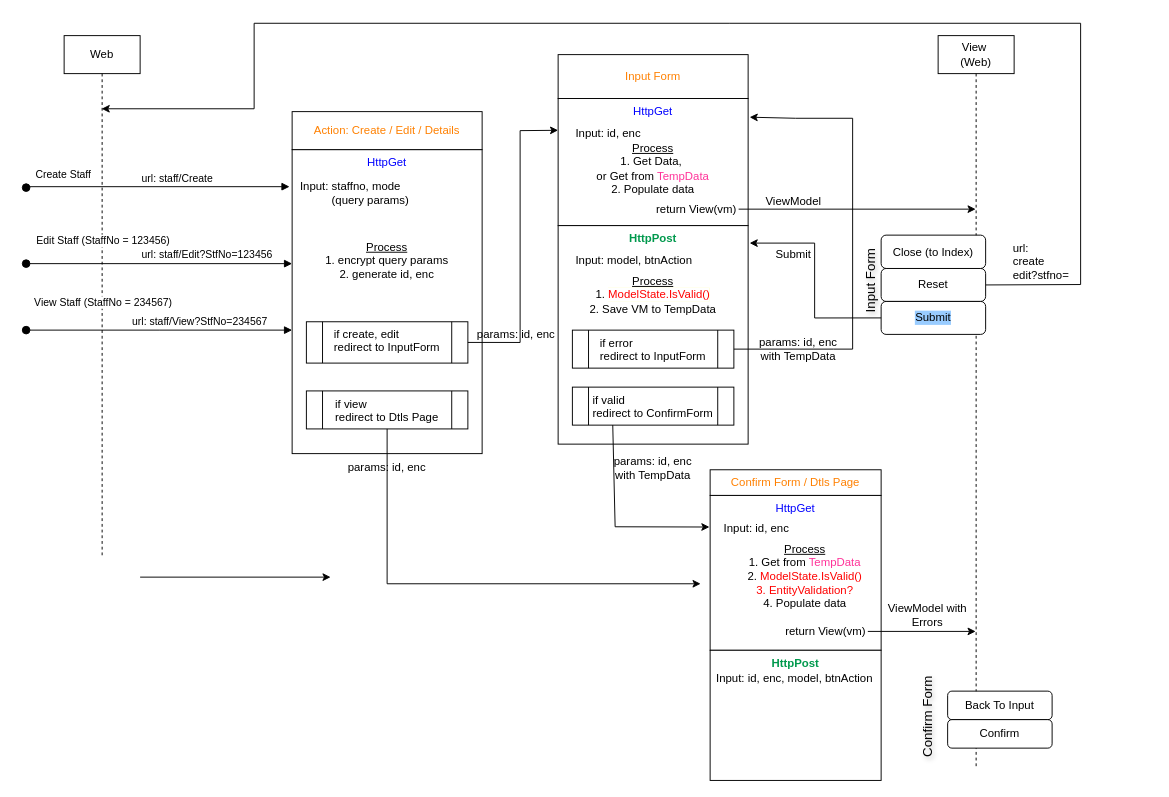
This is page "Page-2" (2 of 2) of StaffForm_workflow.drawio from mujianlo/hrpt_drawio, a draw.io file, before an edit. Source tidied: cells renumbered, new cells numbered last; positions are measured from the earlier drawing's top-left corner, leaving out a move shared by most shapes. Both pictures are drawn from the tidied source at 95%, with x=0, y=0 at pixel (26, 23).
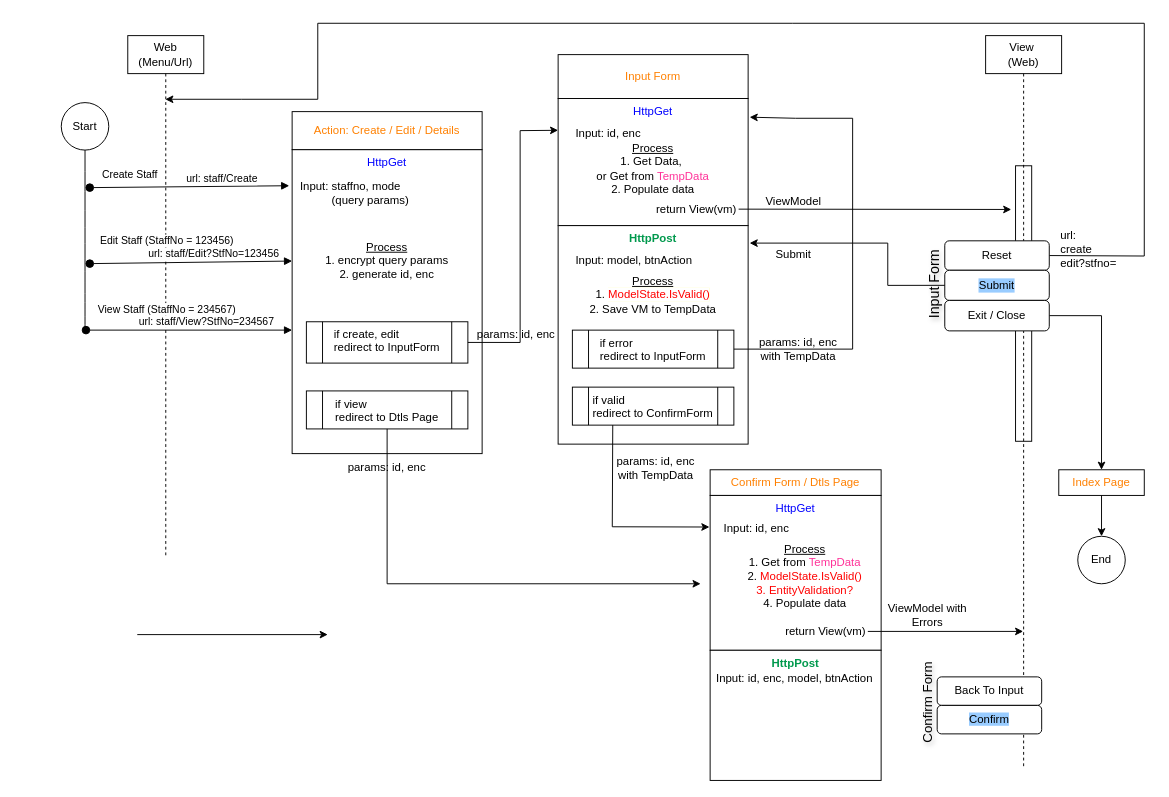
The same diagram, later.

Unchanged cells that the change refers to:
```xml
<mxCell id="17" value="HttpPost" style="rounded=0;whiteSpace=wrap;html=1;align=center;verticalAlign=top;fontStyle=1;fontColor=#00994D;" parent="1" vertex="1">
  <mxGeometry x="560" y="213" width="200" height="230" as="geometry" />
</mxCell>
<mxCell id="22" value="return View(vm)" style="text;html=1;whiteSpace=wrap;strokeColor=none;fillColor=none;align=right;verticalAlign=middle;rounded=0;" parent="1" vertex="1">
  <mxGeometry x="630" y="178.3" width="120" height="34.7" as="geometry" />
</mxCell>
<mxCell id="26" value="&lt;div align=&quot;left&quot;&gt;if valid&lt;/div&gt;&lt;div align=&quot;left&quot;&gt;redirect to ConfirmForm&lt;/div&gt;" style="shape=process;whiteSpace=wrap;html=1;backgroundOutline=1;verticalAlign=top;" parent="1" vertex="1">
  <mxGeometry x="575" y="383" width="170" height="40" as="geometry" />
</mxCell>
<mxCell id="39" value="&lt;div&gt;&lt;u&gt;Process&lt;/u&gt;&lt;/div&gt;&lt;div&gt;1. encrypt query params&lt;/div&gt;&lt;div&gt;2. generate id, enc&lt;/div&gt;" style="text;html=1;whiteSpace=wrap;strokeColor=none;fillColor=none;align=center;verticalAlign=middle;rounded=0;" parent="35" vertex="1">
  <mxGeometry y="123.3" width="200" height="68" as="geometry" />
</mxCell>
<mxCell id="54" value="HttpGet" style="rounded=0;whiteSpace=wrap;html=1;align=center;verticalAlign=top;fontColor=#0000FF;fontStyle=0;" parent="1" vertex="1">
  <mxGeometry x="720" y="497" width="180" height="163" as="geometry" />
</mxCell>
<mxCell id="59" value="return View(vm)" style="text;html=1;whiteSpace=wrap;strokeColor=none;fillColor=none;align=right;verticalAlign=middle;rounded=0;" parent="1" vertex="1">
  <mxGeometry x="766" y="630.8" width="120" height="18.7" as="geometry" />
</mxCell>
```

What changed in the source:
```diff
@@
-    <mxCell id="2" value="Input Form" style="text;html=1;whiteSpace=wrap;strokeColor=none;fillColor=none;align=center;verticalAlign=middle;rounded=0;horizontal=0;fontStyle=0;labelBorderColor=none;labelBackgroundColor=none;textShadow=1;fontSize=14;" parent="1" vertex="1">
-      <mxGeometry x="874" y="216" width="30" height="110" as="geometry" />
-    </mxCell>
+    <mxCell id="63" style="rounded=0;whiteSpace=wrap;html=1;" parent="1" vertex="1">
+      <mxGeometry x="1041.5" y="150" width="17" height="290" as="geometry" />
+    </mxCell>
-    <mxCell id="3" value="Web" style="shape=umlLifeline;perimeter=lifelinePerimeter;whiteSpace=wrap;html=1;outlineConnect=0;portConstraint=eastwest;newEdgeStyle={&quot;curved&quot;:0,&quot;rounded&quot;:0};" parent="1" vertex="1">
-      <mxGeometry x="40" y="13" width="80" height="550" as="geometry" />
+    <mxCell id="3" value="Web&lt;br&gt;(Menu/Url)" style="shape=umlLifeline;perimeter=lifelinePerimeter;whiteSpace=wrap;html=1;outlineConnect=0;portConstraint=eastwest;newEdgeStyle={&quot;curved&quot;:0,&quot;rounded&quot;:0};" parent="1" vertex="1">
+      <mxGeometry x="107" y="13" width="80" height="550" as="geometry" />
     </mxCell>
-    <mxCell id="4" style="html=1;verticalAlign=bottom;startArrow=oval;endArrow=block;startSize=8;edgeStyle=elbowEdgeStyle;elbow=vertical;curved=0;rounded=0;align=right;fontSize=11;entryX=0.009;entryY=0.174;entryDx=0;entryDy=0;entryPerimeter=0;" parent="1" edge="1">
+    <mxCell id="4" style="html=1;verticalAlign=bottom;startArrow=oval;endArrow=block;startSize=8;elbow=vertical;rounded=0;align=right;fontSize=11;" parent="1" edge="1">
       <mxGeometry relative="1" as="geometry">
-        <mxPoint y="173" as="sourcePoint" />
-        <mxPoint x="277.3" y="171.3" as="targetPoint" />
+        <mxPoint x="67" y="173" as="sourcePoint" />
+        <mxPoint x="277" y="171" as="targetPoint" />
       </mxGeometry>
     </mxCell>
     <mxCell id="5" value="Create Staff" style="edgeLabel;html=1;align=center;verticalAlign=middle;fontSize=11;" parent="4" vertex="1">
       <mxGeometry x="-0.69" y="-3" relative="1" as="geometry">
-        <mxPoint x="-4" y="-17" as="offset" />
+        <mxPoint x="8" y="-17" as="offset" />
       </mxGeometry>
     </mxCell>
     <mxCell id="6" value="url: staff/Create" style="edgeLabel;html=1;align=left;verticalAlign=middle;fontSize=11;" parent="1" vertex="1">
-      <mxGeometry x="120" y="163" as="geometry" />
+      <mxGeometry x="167" y="163" as="geometry" />
     </mxCell>
     <mxCell id="7" style="endArrow=classic;html=1;rounded=0;" parent="1" edge="1">
       <mxGeometry relative="1" as="geometry">
-        <mxPoint x="120" y="583" as="sourcePoint" />
-        <mxPoint x="320.5" y="583" as="targetPoint" />
+        <mxPoint x="117" y="643.5" as="sourcePoint" />
+        <mxPoint x="317.5" y="643.5" as="targetPoint" />
       </mxGeometry>
     </mxCell>
     <mxCell id="8" value="url: staff/Edit?StfNo=123456" style="edgeLabel;html=1;align=left;verticalAlign=middle;fontSize=11;" parent="1" vertex="1">
-      <mxGeometry x="120" y="243" as="geometry" />
+      <mxGeometry x="127" y="242" as="geometry" />
     </mxCell>
-    <mxCell id="9" style="html=1;verticalAlign=bottom;startArrow=oval;endArrow=block;startSize=8;edgeStyle=elbowEdgeStyle;elbow=vertical;curved=0;rounded=0;align=right;fontSize=11;" parent="1" edge="1">
+    <mxCell id="9" style="html=1;verticalAlign=bottom;startArrow=oval;endArrow=block;startSize=8;elbow=vertical;rounded=0;align=right;fontSize=11;" parent="1" edge="1">
       <mxGeometry relative="1" as="geometry">
-        <mxPoint y="323" as="sourcePoint" />
+        <mxPoint x="63" y="323" as="sourcePoint" />
         <mxPoint x="280" y="323" as="targetPoint" />
       </mxGeometry>
     </mxCell>
     <mxCell id="10" value="View Staff (StaffNo = 234567)" style="edgeLabel;html=1;align=center;verticalAlign=middle;fontSize=11;" parent="9" vertex="1">
       <mxGeometry x="-0.69" y="-3" relative="1" as="geometry">
-        <mxPoint x="37" y="-33" as="offset" />
+        <mxPoint x="50" y="-26" as="offset" />
       </mxGeometry>
     </mxCell>
     <mxCell id="11" value="url: staff/View?StfNo=234567" style="edgeLabel;html=1;align=left;verticalAlign=middle;fontSize=11;" parent="1" vertex="1">
-      <mxGeometry x="110" y="313" as="geometry" />
+      <mxGeometry x="117" y="313" as="geometry" />
     </mxCell>
-    <mxCell id="12" style="html=1;verticalAlign=bottom;startArrow=oval;endArrow=block;startSize=8;elbow=vertical;rounded=0;align=right;fontSize=11;" parent="1" edge="1">
+    <mxCell id="12" style="html=1;verticalAlign=bottom;startArrow=oval;endArrow=block;startSize=8;elbow=vertical;rounded=0;align=right;fontSize=11;entryX=0;entryY=0.5;entryDx=0;entryDy=0;" parent="1" edge="1" target="39">
       <mxGeometry relative="1" as="geometry">
-        <mxPoint y="253" as="sourcePoint" />
-        <mxPoint x="280" y="253" as="targetPoint" />
+        <mxPoint x="67" y="253" as="sourcePoint" />
       </mxGeometry>
     </mxCell>
     <mxCell id="13" value="Edit Staff (StaffNo = 123456)" style="edgeLabel;html=1;align=center;verticalAlign=middle;fontSize=11;" parent="12" vertex="1">
       <mxGeometry x="-0.69" y="-3" relative="1" as="geometry">
-        <mxPoint x="37" y="-28" as="offset" />
+        <mxPoint x="47" y="-27" as="offset" />
       </mxGeometry>
     </mxCell>
     <mxCell id="14" value="View&amp;nbsp;&lt;br&gt;(Web)" style="shape=umlLifeline;perimeter=lifelinePerimeter;whiteSpace=wrap;html=1;outlineConnect=0;portConstraint=eastwest;newEdgeStyle={&quot;curved&quot;:0,&quot;rounded&quot;:0};size=40;" parent="1" vertex="1">
-      <mxGeometry x="960" y="13" width="80" height="770" as="geometry" />
+      <mxGeometry x="1010" y="13" width="80" height="770" as="geometry" />
     </mxCell>
@@
     <mxCell id="20" style="endArrow=classic;html=1;rounded=0;exitX=1;exitY=0.5;exitDx=0;exitDy=0;" parent="1" edge="1" source="28" target="3">
       <mxGeometry relative="1" as="geometry">
         <Array as="points">
-          <mxPoint x="1110" y="275" />
-          <mxPoint x="1110" />
-          <mxPoint x="740" />
-          <mxPoint x="240" />
-          <mxPoint x="240" y="90" />
+          <mxPoint x="1177" y="245" />
+          <mxPoint x="1177" />
+          <mxPoint x="807" />
+          <mxPoint x="307" />
+          <mxPoint x="307" y="80" />
+          <mxPoint x="227" y="80" />
         </Array>
       </mxGeometry>
     </mxCell>
@@
     <mxCell id="23" value="&lt;div&gt;url:&amp;nbsp;&lt;/div&gt;&lt;div&gt;create&lt;/div&gt;&lt;div&gt;edit?stfno=&lt;/div&gt;" style="text;html=1;whiteSpace=wrap;strokeColor=none;fillColor=none;align=left;verticalAlign=middle;rounded=0;" parent="1" vertex="1">
-      <mxGeometry x="1037" y="227" width="70" height="48" as="geometry" />
+      <mxGeometry x="1087" y="207.7" width="70" height="60" as="geometry" />
     </mxCell>
@@
-    <mxCell id="27" style="group;" parent="1" vertex="1">
-      <mxGeometry x="900" y="223" width="110" height="104.4" as="geometry" />
-    </mxCell>
-    <mxCell id="28" value="Reset" style="rounded=1;whiteSpace=wrap;html=1;" parent="27" vertex="1">
-      <mxGeometry y="35.1" width="110" height="34.7" as="geometry" />
-    </mxCell>
-    <mxCell id="29" value="Submit" style="rounded=1;whiteSpace=wrap;html=1;labelBackgroundColor=#99CCFF;" parent="27" vertex="1">
-      <mxGeometry y="69.8" width="110" height="34.7" as="geometry" />
-    </mxCell>
-    <mxCell id="30" value="Close (to Index)" style="rounded=1;whiteSpace=wrap;html=1;" parent="27" vertex="1">
-      <mxGeometry width="110" height="35.1" as="geometry" />
-    </mxCell>
@@
-    <mxCell id="33" style="endArrow=classic;html=1;rounded=0;exitX=1;exitY=0.5;exitDx=0;exitDy=0;" parent="1" edge="1" source="22" target="14">
-      <mxGeometry relative="1" as="geometry" />
+    <mxCell id="33" style="endArrow=classic;html=1;rounded=0;exitX=1;exitY=0.5;exitDx=0;exitDy=0;" parent="1" edge="1" source="22">
+      <mxGeometry relative="1" as="geometry">
+        <mxPoint x="1037" y="196" as="targetPoint" />
+      </mxGeometry>
     </mxCell>
@@
     <mxCell id="46" style="endArrow=classic;html=1;rounded=0;entryX=-0.004;entryY=0.204;entryDx=0;entryDy=0;exitX=0.25;exitY=1;exitDx=0;exitDy=0;entryPerimeter=0;" parent="1" edge="1" source="26" target="54">
       <mxGeometry relative="1" as="geometry">
         <Array as="points">
-          <mxPoint x="620" y="530" />
+          <mxPoint x="617" y="530" />
         </Array>
       </mxGeometry>
     </mxCell>
     <mxCell id="47" value="params: id, enc with TempData" style="text;html=1;whiteSpace=wrap;strokeColor=none;fillColor=none;align=center;verticalAlign=middle;rounded=0;" parent="1" vertex="1">
-      <mxGeometry x="610" y="448" width="100" height="40" as="geometry" />
+      <mxGeometry x="613" y="448" width="100" height="40" as="geometry" />
     </mxCell>
-    <mxCell id="48" style="endArrow=classic;html=1;rounded=0;exitX=0;exitY=0.5;exitDx=0;exitDy=0;entryX=1.008;entryY=0.08;entryDx=0;entryDy=0;entryPerimeter=0;edgeStyle=orthogonalEdgeStyle;" parent="1" edge="1" source="29" target="17">
-      <mxGeometry relative="1" as="geometry" />
-    </mxCell>
-    <mxCell id="49" style="group;" parent="1" vertex="1">
-      <mxGeometry x="970" y="703" width="110" height="60" as="geometry" />
-    </mxCell>
-    <mxCell id="50" value="Back To Input" style="rounded=1;whiteSpace=wrap;html=1;" parent="49" vertex="1">
-      <mxGeometry width="110" height="30" as="geometry" />
-    </mxCell>
-    <mxCell id="51" value="Confirm" style="rounded=1;whiteSpace=wrap;html=1;" parent="49" vertex="1">
-      <mxGeometry y="30" width="110" height="30" as="geometry" />
-    </mxCell>
@@
+    <mxCell id="62" style="endArrow=classic;html=1;rounded=0;exitX=1;exitY=0.5;exitDx=0;exitDy=0;" parent="1" edge="1" source="59" target="14">
+      <mxGeometry relative="1" as="geometry" />
+    </mxCell>
+    <mxCell id="64" style="group;" parent="1" vertex="1">
+      <mxGeometry x="934" y="660" width="135" height="110" as="geometry" />
+    </mxCell>
+    <mxCell id="49" style="group;" parent="64" vertex="1">
+      <mxGeometry x="25" y="28" width="110" height="60" as="geometry" />
+    </mxCell>
+    <mxCell id="50" value="Back To Input" style="rounded=1;whiteSpace=wrap;html=1;" parent="49" vertex="1">
+      <mxGeometry width="110" height="30" as="geometry" />
+    </mxCell>
+    <mxCell id="51" value="&lt;span style=&quot;color: rgb(0, 0, 0); background-color: rgb(153, 204, 255);&quot;&gt;Confirm&lt;/span&gt;" style="rounded=1;whiteSpace=wrap;html=1;" parent="49" vertex="1">
+      <mxGeometry y="30" width="110" height="30" as="geometry" />
+    </mxCell>
-    <mxCell id="61" value="Confirm Form" style="text;html=1;whiteSpace=wrap;strokeColor=none;fillColor=none;align=center;verticalAlign=middle;rounded=0;horizontal=0;fontStyle=0;labelBorderColor=none;labelBackgroundColor=none;textShadow=1;fontSize=14;" parent="1" vertex="1">
-      <mxGeometry x="934" y="675" width="30" height="110" as="geometry" />
+    <mxCell id="61" value="Confirm Form" style="text;html=1;whiteSpace=wrap;strokeColor=none;fillColor=none;align=center;verticalAlign=middle;rounded=0;horizontal=0;fontStyle=0;labelBorderColor=none;labelBackgroundColor=none;textShadow=1;fontSize=14;" parent="64" vertex="1">
+      <mxGeometry width="30" height="110" as="geometry" />
     </mxCell>
-    <mxCell id="62" style="endArrow=classic;html=1;rounded=0;exitX=1;exitY=0.5;exitDx=0;exitDy=0;" parent="1" edge="1" source="59" target="14">
-      <mxGeometry relative="1" as="geometry" />
-    </mxCell>
+    <mxCell id="65" style="endArrow=classic;html=1;rounded=0;exitX=1;exitY=0.5;exitDx=0;exitDy=0;edgeStyle=orthogonalEdgeStyle;entryX=0.5;entryY=0;entryDx=0;entryDy=0;" parent="1" edge="1" source="30" target="67">
+      <mxGeometry relative="1" as="geometry">
+        <Array as="points">
+          <mxPoint x="1132" y="308" />
+        </Array>
+      </mxGeometry>
+    </mxCell>
+    <mxCell id="66" style="group;" parent="1" vertex="1">
+      <mxGeometry x="967" y="229" width="110" height="94.8" as="geometry" />
+    </mxCell>
+    <mxCell id="28" value="Reset" style="rounded=1;whiteSpace=wrap;html=1;" parent="66" vertex="1">
+      <mxGeometry width="110" height="31" as="geometry" />
+    </mxCell>
+    <mxCell id="29" value="Submit" style="rounded=1;whiteSpace=wrap;html=1;labelBackgroundColor=#99CCFF;" parent="66" vertex="1">
+      <mxGeometry y="31" width="110" height="31.7" as="geometry" />
+    </mxCell>
+    <mxCell id="30" value="Exit / Close" style="rounded=1;whiteSpace=wrap;html=1;" parent="66" vertex="1">
+      <mxGeometry y="62.7" width="110" height="32.1" as="geometry" />
+    </mxCell>
+    <mxCell id="2" value="Input Form" style="text;html=1;whiteSpace=wrap;strokeColor=none;fillColor=none;align=center;verticalAlign=middle;rounded=0;horizontal=0;fontStyle=0;labelBorderColor=none;labelBackgroundColor=none;textShadow=1;fontSize=15;" parent="66" vertex="1">
+      <mxGeometry x="-27" y="-9.2" width="30" height="110" as="geometry" />
+    </mxCell>
+    <mxCell id="48" style="endArrow=classic;html=1;rounded=0;exitX=0;exitY=0.5;exitDx=0;exitDy=0;entryX=1.008;entryY=0.08;entryDx=0;entryDy=0;entryPerimeter=0;edgeStyle=orthogonalEdgeStyle;" parent="1" edge="1" source="29" target="17">
+      <mxGeometry relative="1" as="geometry">
+        <Array as="points">
+          <mxPoint x="907" y="276" />
+          <mxPoint x="907" y="231" />
+        </Array>
+      </mxGeometry>
+    </mxCell>
+    <mxCell id="67" value="&lt;div&gt;Index Page&lt;/div&gt;" style="rounded=0;whiteSpace=wrap;html=1;fontColor=#FF8000;" parent="1" vertex="1">
+      <mxGeometry x="1087" y="470" width="90" height="27" as="geometry" />
+    </mxCell>
+    <mxCell id="68" value="End" style="ellipse;whiteSpace=wrap;html=1;" parent="1" vertex="1">
+      <mxGeometry x="1107" y="540" width="50" height="50" as="geometry" />
+    </mxCell>
+    <mxCell id="69" style="endArrow=classic;html=1;rounded=0;exitX=0.5;exitY=1;exitDx=0;exitDy=0;" parent="1" edge="1" source="67" target="68">
+      <mxGeometry relative="1" as="geometry" />
+    </mxCell>
+    <mxCell id="70" value="Start" style="ellipse;whiteSpace=wrap;html=1;" parent="1" vertex="1">
+      <mxGeometry x="37" y="83.5" width="50" height="50" as="geometry" />
+    </mxCell>
+    <mxCell id="71" style="endArrow=none;html=1;rounded=0;fontSize=12;startSize=8;endSize=8;curved=1;entryX=0.5;entryY=1;entryDx=0;entryDy=0;" parent="1" edge="1" target="70">
+      <mxGeometry relative="1" as="geometry">
+        <mxPoint x="62" y="320" as="sourcePoint" />
+      </mxGeometry>
+    </mxCell>
```
